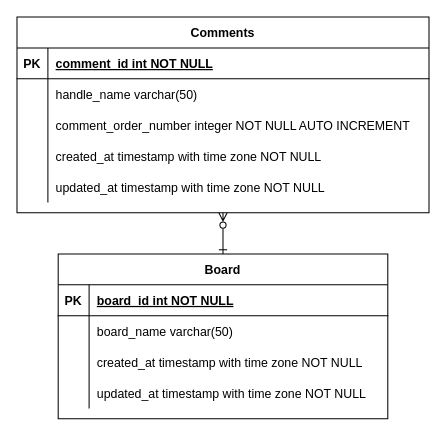
This is JTBBS.drawio from Milix-M/JTBBS, a draw.io file, before an edit. Source tidied: cells renumbered, new cells numbered last; positions are measured from the earlier drawing's top-left corner, leaving out a move shared by most shapes. Both pictures are drawn from the tidied source at 103%, with x=0, y=0 at pixel (16, 16).
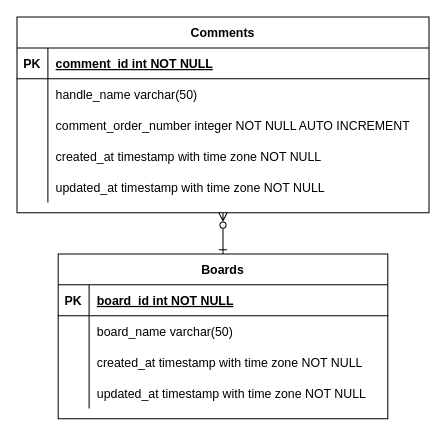
After the change.

Commit message:
Update Entity-relational Diagrams

What changed in the source:
```diff
@@
-    <mxCell id="19" value="Board" style="shape=table;startSize=30;childLayout=tableLayout;rowLines=0;fontStyle=1;align=center;" parent="1" vertex="1">
+    <mxCell id="19" value="Boards" style="shape=table;startSize=30;childLayout=tableLayout;rowLines=0;fontStyle=1;align=center;" parent="1" vertex="1">
       <mxGeometry x="40" y="230" width="320" height="160" as="geometry" />
     </mxCell>
```
